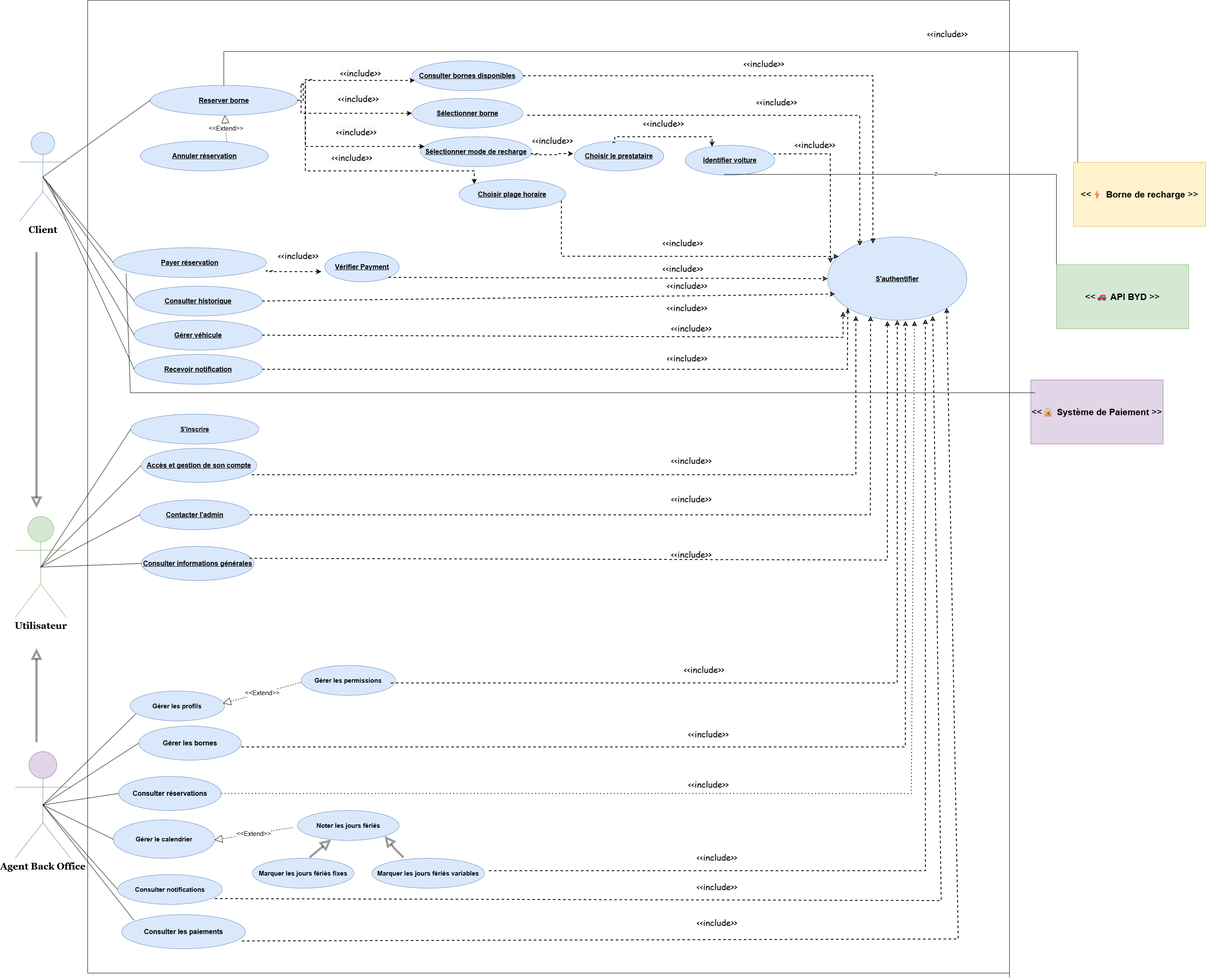
Before: use case finale .drawio.png, a diagram exported from draw.io (achreffakraoui/Projet-uml). Source tidied: cells renumbered, new cells last; positions are measured from the earlier drawing's top-left corner, leaving out a move shared by most shapes.
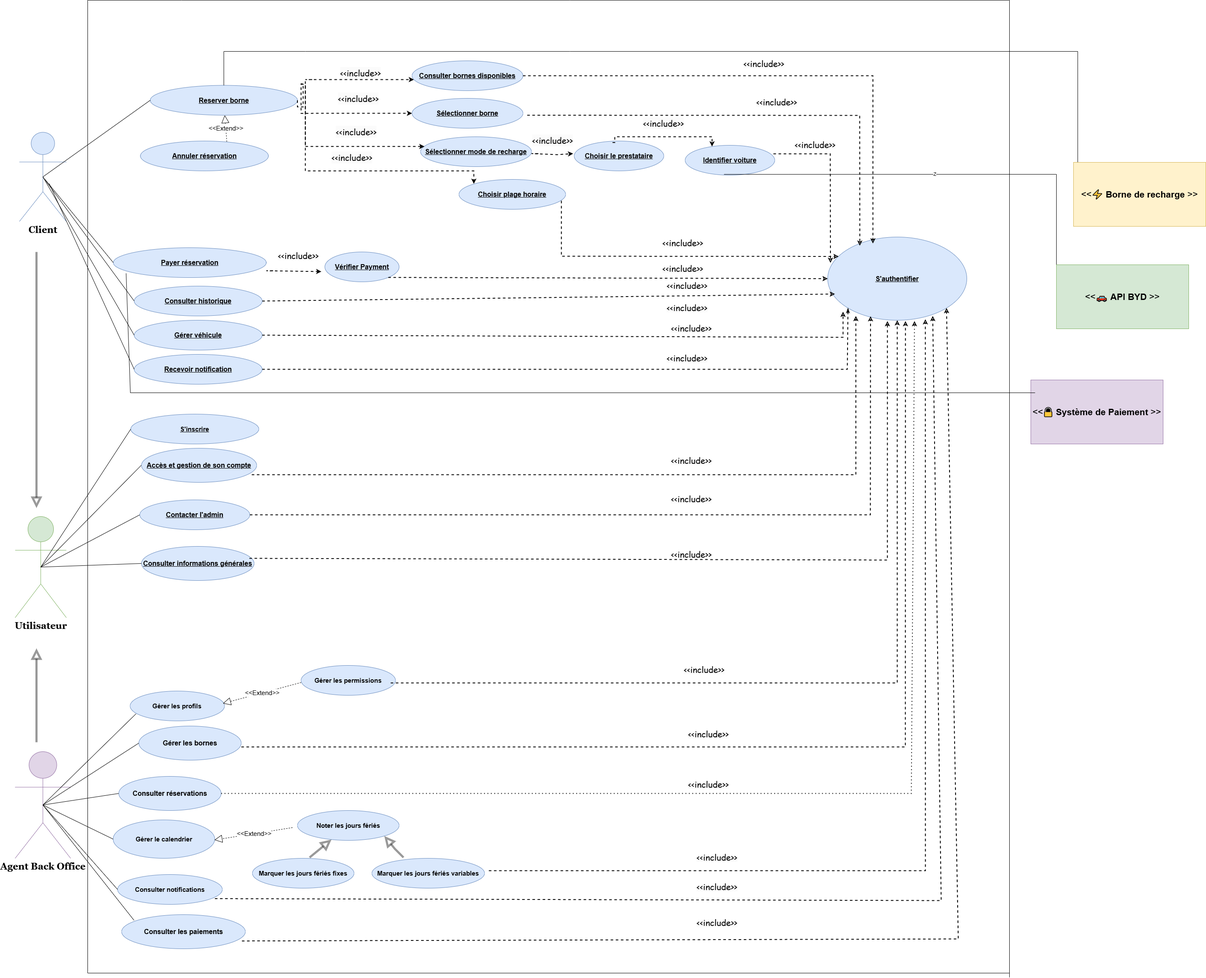
Later version of the same file.

Commit message:
Mettre à jour use case finale .drawio.png

Change to the diagram source:
```diff
@@ -176,7 +176,8 @@
     <mxCell id="47" style="edgeStyle=orthogonalEdgeStyle;rounded=0;jettySize=auto;html=1;dashed=1;strokeWidth=2;entryX=0;entryY=0.5;entryDx=0;entryDy=0;exitX=1;exitY=0.5;exitDx=0;exitDy=0;" parent="1" edge="1" source="18" target="44">
       <mxGeometry relative="1" as="geometry">
         <Array as="points">
-          <mxPoint x="675" y="234" />
+          <mxPoint x="661" y="250" />
+          <mxPoint x="675" y="250" />
           <mxPoint x="675" y="196" />
           <mxPoint x="670" y="196" />
           <mxPoint x="670" y="265" />
@@ -465,9 +466,6 @@
     <mxCell id="97" value="&lt;font style=&quot;font-size: 21px;&quot;&gt;&amp;lt;&amp;lt;🔒 &lt;strong&gt;Système de Paiement&lt;/strong&gt;&amp;nbsp;&amp;gt;&amp;gt;&lt;/font&gt;" style="html=1;whiteSpace=wrap;fillColor=#e1d5e7;strokeColor=#9673a6;" parent="1" vertex="1">
       <mxGeometry x="2380" y="890" width="310" height="150" as="geometry" />
     </mxCell>
-    <mxCell id="98" value="&lt;span style=&quot;color: rgb(0, 0, 0); font-style: normal; font-variant-ligatures: normal; font-variant-caps: normal; font-weight: 400; letter-spacing: normal; orphans: 2; text-indent: 0px; text-transform: none; widows: 2; word-spacing: 0px; -webkit-text-stroke-width: 0px; background-color: rgb(251, 251, 251); text-decoration-thickness: initial; text-decoration-style: initial; text-decoration-color: initial; float: none; display: inline !important;&quot;&gt;&lt;font style=&quot;font-size: 20px;&quot; face=&quot;Comic Sans MS&quot;&gt;&amp;lt;&amp;lt;include&amp;gt;&amp;gt;&lt;/font&gt;&lt;/span&gt;" style="text;whiteSpace=wrap;html=1;align=center;" parent="1" vertex="1">
-      <mxGeometry x="2120" y="60" width="130" height="50" as="geometry" />
-    </mxCell>
     <mxCell id="99" value="&lt;span style=&quot;color: rgb(0, 0, 0); font-style: normal; font-variant-ligatures: normal; font-variant-caps: normal; font-weight: 400; letter-spacing: normal; orphans: 2; text-indent: 0px; text-transform: none; widows: 2; word-spacing: 0px; -webkit-text-stroke-width: 0px; background-color: rgb(251, 251, 251); text-decoration-thickness: initial; text-decoration-style: initial; text-decoration-color: initial; float: none; display: inline !important;&quot;&gt;&lt;font style=&quot;font-size: 20px;&quot; face=&quot;Comic Sans MS&quot;&gt;&amp;lt;&amp;lt;include&amp;gt;&amp;gt;&lt;/font&gt;&lt;/span&gt;" style="text;whiteSpace=wrap;html=1;align=center;" parent="1" vertex="1">
       <mxGeometry x="1690" y="130" width="130" height="50" as="geometry" />
     </mxCell>
```
